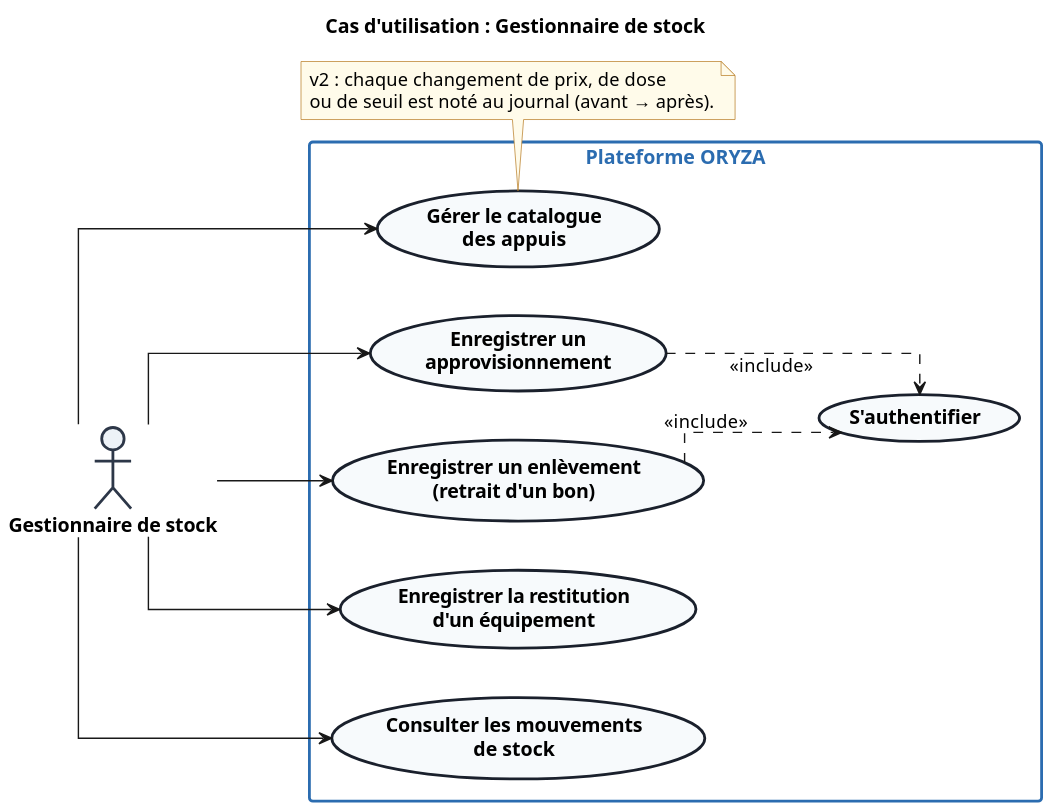
Before: docs/v2/usecases/uc_gestionnaire_stock.svg, a diagram exported from PlantUML (marasse-codec/ORYZAPP). Its diagram source:
```plantuml
@startuml
title Cas d'utilisation : Gestionnaire de stock
!include ../style.puml
left to right direction

actor "Gestionnaire de stock" as Stock

rectangle "<b>Plateforme ORYZA</b>" {
    usecase "S'authentifier" as UC_Auth
    usecase "Enregistrer un\napprovisionnement" as UC_Appro
    usecase "Enregistrer un enlèvement\n(retrait d'un bon)" as UC_Enlever
    usecase "Enregistrer la restitution\nd'un équipement" as UC_Restituer
    usecase "Gérer le catalogue\ndes appuis" as UC_Catalogue
    usecase "Consulter les mouvements\nde stock" as UC_Mouvements
}

Stock --> UC_Appro
Stock --> UC_Enlever
Stock --> UC_Restituer
Stock --> UC_Catalogue
Stock --> UC_Mouvements
UC_Appro ..> UC_Auth : <<include>>
UC_Enlever ..> UC_Auth : <<include>>

note bottom of UC_Catalogue
  v2 : chaque changement de prix, de dose
  ou de seuil est noté au journal (avant → après).
end note
@enduml
```
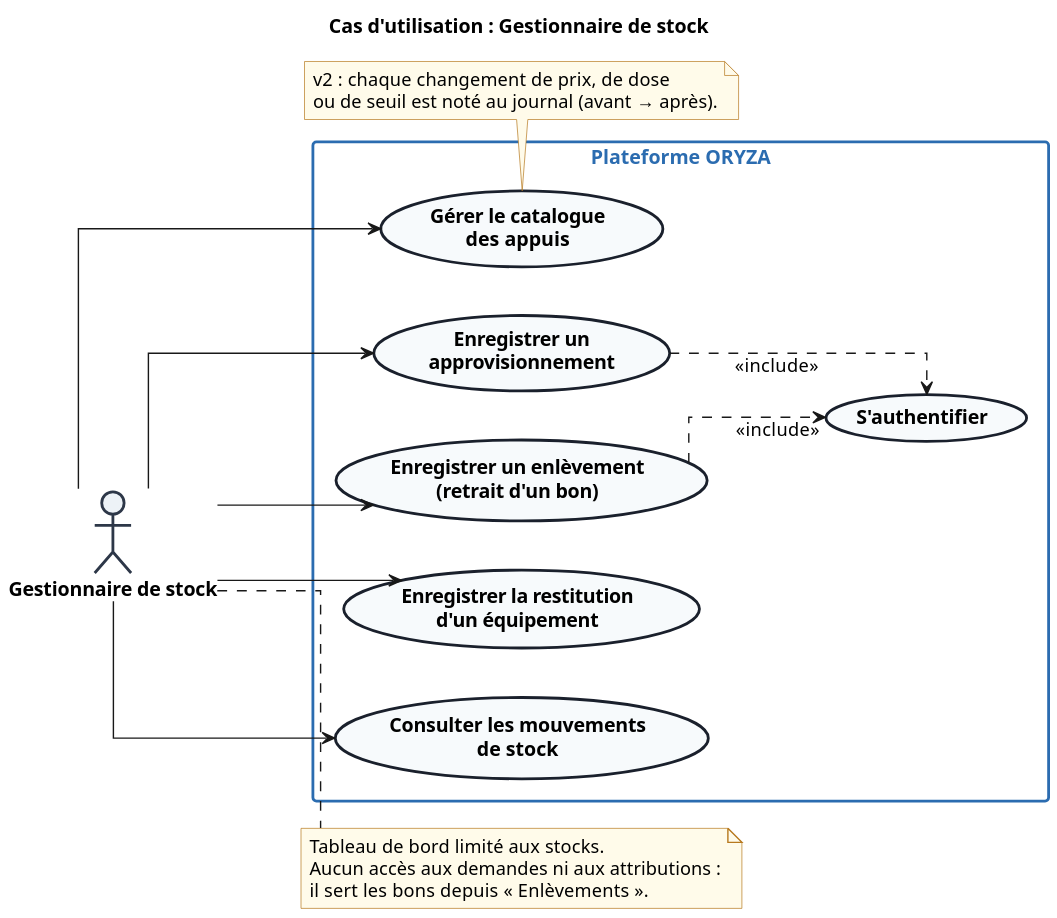
Later version of the same file.

Change to the diagram source:
```diff
@@ -22,6 +22,12 @@
 UC_Appro ..> UC_Auth : <<include>>
 UC_Enlever ..> UC_Auth : <<include>>
 
+note right of Stock
+  Tableau de bord limité aux stocks.
+  Aucun accès aux demandes ni aux attributions :
+  il sert les bons depuis « Enlèvements ».
+end note
+
 note bottom of UC_Catalogue
   v2 : chaque changement de prix, de dose
   ou de seuil est noté au journal (avant → après).
```
